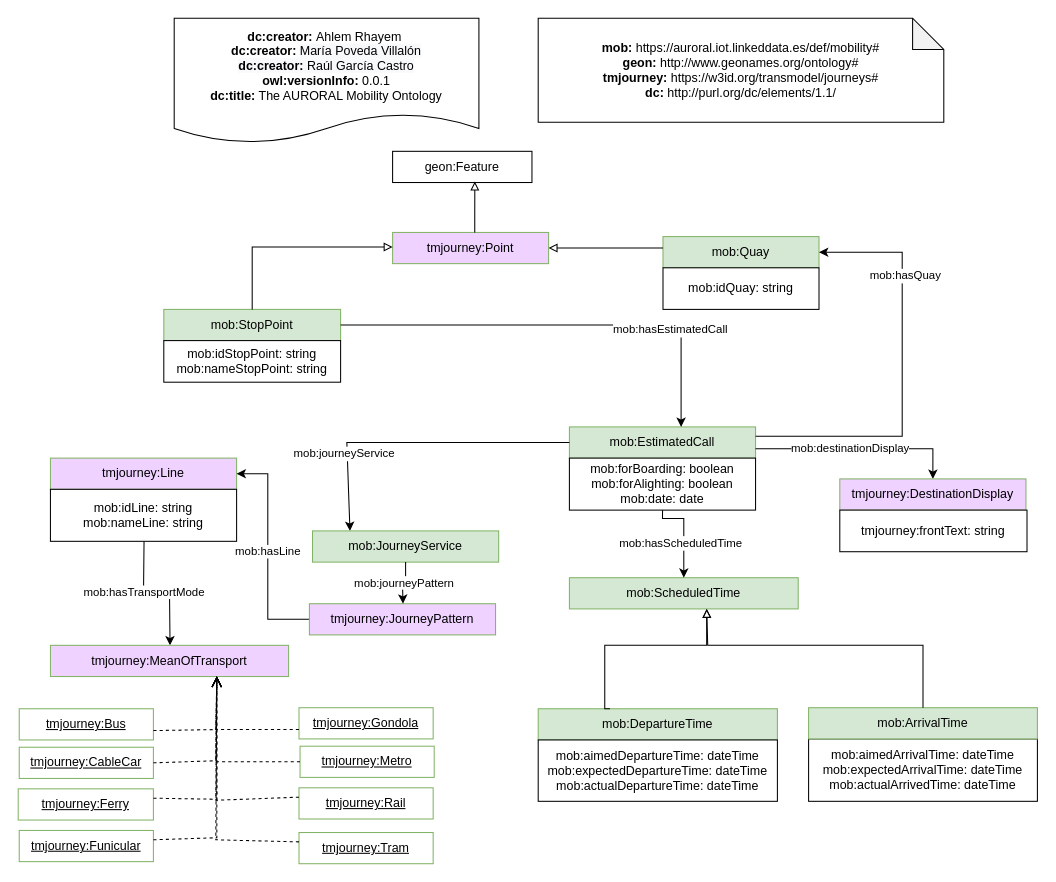
This is Diagram/mobility.drawio from oeg-upm/auroral-mobility-Ontology, a draw.io file, before an edit. Source tidied: cells renumbered, new cells numbered last; positions are measured from the earlier drawing's top-left corner, leaving out a move shared by most shapes. Both pictures are drawn from the tidied source at 104%, with x=0, y=0 at pixel (18, 18).
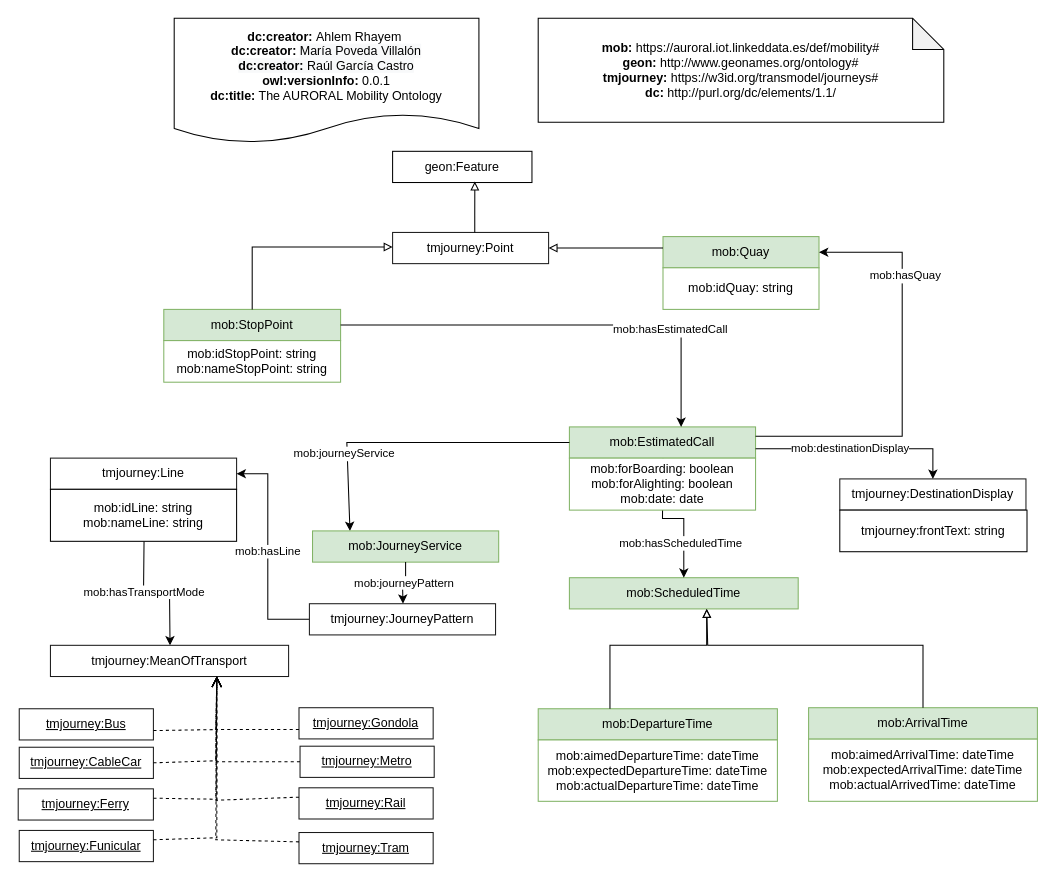
The same diagram, later.

Unchanged cells that the change refers to:
```xml
<mxCell id="6" value="mob:ScheduledTime" style="rounded=0;whiteSpace=wrap;html=1;snapToPoint=1;points=[[0.1,0],[0.2,0],[0.3,0],[0.4,0],[0.5,0],[0.6,0],[0.7,0],[0.8,0],[0.9,0],[0,0.1],[0,0.3],[0,0.5],[0,0.7],[0,0.9],[0.1,1],[0.2,1],[0.3,1],[0.4,1],[0.5,1],[0.6,1],[0.7,1],[0.8,1],[0.9,1],[1,0.1],[1,0.3],[1,0.5],[1,0.7],[1,0.9]];fillColor=#d5e8d4;strokeColor=#82b366;" parent="1" vertex="1">
  <mxGeometry x="530" y="538" width="220" height="30" as="geometry" />
</mxCell>
<mxCell id="37" value="mob:DepartureTime" style="rounded=0;whiteSpace=wrap;html=1;snapToPoint=1;points=[[0.1,0],[0.2,0],[0.3,0],[0.4,0],[0.5,0],[0.6,0],[0.7,0],[0.8,0],[0.9,0],[0,0.1],[0,0.3],[0,0.5],[0,0.7],[0,0.9],[0.1,1],[0.2,1],[0.3,1],[0.4,1],[0.5,1],[0.6,1],[0.7,1],[0.8,1],[0.9,1],[1,0.1],[1,0.3],[1,0.5],[1,0.7],[1,0.9]];fillColor=#d5e8d4;strokeColor=#82b366;" parent="1" vertex="1">
  <mxGeometry x="500" y="664" width="230" height="30" as="geometry" />
</mxCell>
```

The edit, as a diff of the source:
```diff
@@
-    <mxCell id="2" value="mob:EstimatedCall" style="rounded=0;whiteSpace=wrap;html=1;snapToPoint=1;points=[[0.1,0],[0.2,0],[0.3,0],[0.4,0],[0.5,0],[0.6,0],[0.7,0],[0.8,0],[0.9,0],[0,0.1],[0,0.3],[0,0.5],[0,0.7],[0,0.9],[0.1,1],[0.2,1],[0.3,1],[0.4,1],[0.5,1],[0.6,1],[0.7,1],[0.8,1],[0.9,1],[1,0.1],[1,0.3],[1,0.5],[1,0.7],[1,0.9]];fillColor=#d5e8d4;strokeColor=#82b366;" parent="1" vertex="1">
+    <mxCell id="2" value="mob:EstimatedCall" style="rounded=0;whiteSpace=wrap;html=1;snapToPoint=1;points=[[0.1,0],[0.2,0],[0.3,0],[0.4,0],[0.5,0],[0.6,0],[0.7,0],[0.8,0],[0.9,0],[0,0.1],[0,0.3],[0,0.5],[0,0.7],[0,0.9],[0.1,1],[0.2,1],[0.3,1],[0.4,1],[0.5,1],[0.6,1],[0.7,1],[0.8,1],[0.9,1],[1,0.1],[1,0.3],[1,0.5],[1,0.7],[1,0.9]];fillColor=#d5e8d4;strokeColor=#82B366;" parent="1" vertex="1">
       <mxGeometry x="530" y="393" width="179" height="30" as="geometry" />
     </mxCell>
@@
-    <mxCell id="4" value="mob:idStopPoint: string&lt;br&gt;mob:nameStopPoint: string" style="rounded=0;whiteSpace=wrap;html=1;" parent="1" vertex="1">
+    <mxCell id="4" value="mob:idStopPoint: string&lt;br&gt;mob:nameStopPoint: string" style="rounded=0;whiteSpace=wrap;html=1;strokeColor=#82B366;" parent="1" vertex="1">
       <mxGeometry x="140" y="310" width="170" height="40" as="geometry" />
     </mxCell>
@@
-    <mxCell id="7" value="mob:aimedArrivalTime: dateTime&lt;br&gt;mob:expectedArrivalTime: dateTime&lt;br&gt;mob:actualArrivedTime: dateTime" style="rounded=0;whiteSpace=wrap;html=1;" parent="1" vertex="1">
+    <mxCell id="7" value="mob:aimedArrivalTime: dateTime&lt;br&gt;mob:expectedArrivalTime: dateTime&lt;br&gt;mob:actualArrivedTime: dateTime" style="rounded=0;whiteSpace=wrap;html=1;strokeColor=#82B366;" parent="1" vertex="1">
       <mxGeometry x="760" y="693" width="220" height="60" as="geometry" />
     </mxCell>
@@
-    <mxCell id="10" value="tmjourney:Line" style="rounded=0;whiteSpace=wrap;html=1;snapToPoint=1;points=[[0.1,0],[0.2,0],[0.3,0],[0.4,0],[0.5,0],[0.6,0],[0.7,0],[0.8,0],[0.9,0],[0,0.1],[0,0.3],[0,0.5],[0,0.7],[0,0.9],[0.1,1],[0.2,1],[0.3,1],[0.4,1],[0.5,1],[0.6,1],[0.7,1],[0.8,1],[0.9,1],[1,0.1],[1,0.3],[1,0.5],[1,0.7],[1,0.9]];fillColor=#EFD2FF;strokeColor=#82b366;" parent="1" vertex="1">
+    <mxCell id="10" value="tmjourney:Line" style="rounded=0;whiteSpace=wrap;html=1;snapToPoint=1;points=[[0.1,0],[0.2,0],[0.3,0],[0.4,0],[0.5,0],[0.6,0],[0.7,0],[0.8,0],[0.9,0],[0,0.1],[0,0.3],[0,0.5],[0,0.7],[0,0.9],[0.1,1],[0.2,1],[0.3,1],[0.4,1],[0.5,1],[0.6,1],[0.7,1],[0.8,1],[0.9,1],[1,0.1],[1,0.3],[1,0.5],[1,0.7],[1,0.9]];fillColor=#FFFFFF;strokeColor=#1A1A1A;" parent="1" vertex="1">
       <mxGeometry x="31" y="423" width="179" height="30" as="geometry" />
     </mxCell>
@@
-    <mxCell id="15" value="tmjourney:JourneyPattern" style="rounded=0;whiteSpace=wrap;html=1;snapToPoint=1;points=[[0.1,0],[0.2,0],[0.3,0],[0.4,0],[0.5,0],[0.6,0],[0.7,0],[0.8,0],[0.9,0],[0,0.1],[0,0.3],[0,0.5],[0,0.7],[0,0.9],[0.1,1],[0.2,1],[0.3,1],[0.4,1],[0.5,1],[0.6,1],[0.7,1],[0.8,1],[0.9,1],[1,0.1],[1,0.3],[1,0.5],[1,0.7],[1,0.9]];fillColor=#EFD2FF;strokeColor=#82b366;" parent="1" vertex="1">
+    <mxCell id="15" value="tmjourney:JourneyPattern" style="rounded=0;whiteSpace=wrap;html=1;snapToPoint=1;points=[[0.1,0],[0.2,0],[0.3,0],[0.4,0],[0.5,0],[0.6,0],[0.7,0],[0.8,0],[0.9,0],[0,0.1],[0,0.3],[0,0.5],[0,0.7],[0,0.9],[0.1,1],[0.2,1],[0.3,1],[0.4,1],[0.5,1],[0.6,1],[0.7,1],[0.8,1],[0.9,1],[1,0.1],[1,0.3],[1,0.5],[1,0.7],[1,0.9]];fillColor=#FFFFFF;strokeColor=#1A1A1A;" parent="1" vertex="1">
       <mxGeometry x="280" y="563" width="179" height="30" as="geometry" />
     </mxCell>
-    <mxCell id="16" value="mob:forBoarding: boolean&lt;br&gt;mob:forAlighting: boolean&lt;br&gt;mob:date: date" style="rounded=0;whiteSpace=wrap;html=1;" parent="1" vertex="1">
+    <mxCell id="16" value="mob:forBoarding: boolean&lt;br&gt;mob:forAlighting: boolean&lt;br&gt;mob:date: date" style="rounded=0;whiteSpace=wrap;html=1;strokeColor=#82B366;" parent="1" vertex="1">
       <mxGeometry x="530" y="423" width="179" height="50" as="geometry" />
     </mxCell>
@@
-    <mxCell id="19" value="tmjourney:Point" style="rounded=0;whiteSpace=wrap;html=1;fillColor=#EFD2FF;strokeColor=#82b366;" parent="1" vertex="1">
+    <mxCell id="19" value="tmjourney:Point" style="rounded=0;whiteSpace=wrap;html=1;fillColor=#FFFFFF;strokeColor=#1A1A1A;" parent="1" vertex="1">
       <mxGeometry x="360" y="206" width="150" height="30" as="geometry" />
     </mxCell>
@@
-    <mxCell id="31" value="tmjourney:DestinationDisplay" style="rounded=0;whiteSpace=wrap;html=1;snapToPoint=1;points=[[0.1,0],[0.2,0],[0.3,0],[0.4,0],[0.5,0],[0.6,0],[0.7,0],[0.8,0],[0.9,0],[0,0.1],[0,0.3],[0,0.5],[0,0.7],[0,0.9],[0.1,1],[0.2,1],[0.3,1],[0.4,1],[0.5,1],[0.6,1],[0.7,1],[0.8,1],[0.9,1],[1,0.1],[1,0.3],[1,0.5],[1,0.7],[1,0.9]];fillColor=#EFD2FF;strokeColor=#82b366;" parent="1" vertex="1">
+    <mxCell id="31" value="tmjourney:DestinationDisplay" style="rounded=0;whiteSpace=wrap;html=1;snapToPoint=1;points=[[0.1,0],[0.2,0],[0.3,0],[0.4,0],[0.5,0],[0.6,0],[0.7,0],[0.8,0],[0.9,0],[0,0.1],[0,0.3],[0,0.5],[0,0.7],[0,0.9],[0.1,1],[0.2,1],[0.3,1],[0.4,1],[0.5,1],[0.6,1],[0.7,1],[0.8,1],[0.9,1],[1,0.1],[1,0.3],[1,0.5],[1,0.7],[1,0.9]];fillColor=#FFFFFF;strokeColor=#1A1A1A;" parent="1" vertex="1">
       <mxGeometry x="790" y="443" width="179" height="30" as="geometry" />
     </mxCell>
@@
-    <mxCell id="34" value="tmjourney:MeanOfTransport" style="rounded=0;whiteSpace=wrap;html=1;snapToPoint=1;points=[[0.1,0],[0.2,0],[0.3,0],[0.4,0],[0.5,0],[0.6,0],[0.7,0],[0.8,0],[0.9,0],[0,0.1],[0,0.3],[0,0.5],[0,0.7],[0,0.9],[0.1,1],[0.2,1],[0.3,1],[0.4,1],[0.5,1],[0.6,1],[0.7,1],[0.8,1],[0.9,1],[1,0.1],[1,0.3],[1,0.5],[1,0.7],[1,0.9]];fillColor=#EFD2FF;strokeColor=#82b366;" parent="1" vertex="1">
+    <mxCell id="34" value="tmjourney:MeanOfTransport" style="rounded=0;whiteSpace=wrap;html=1;snapToPoint=1;points=[[0.1,0],[0.2,0],[0.3,0],[0.4,0],[0.5,0],[0.6,0],[0.7,0],[0.8,0],[0.9,0],[0,0.1],[0,0.3],[0,0.5],[0,0.7],[0,0.9],[0.1,1],[0.2,1],[0.3,1],[0.4,1],[0.5,1],[0.6,1],[0.7,1],[0.8,1],[0.9,1],[1,0.1],[1,0.3],[1,0.5],[1,0.7],[1,0.9]];fillColor=#FFFFFF;strokeColor=#1A1A1A;" parent="1" vertex="1">
       <mxGeometry x="31" y="603" width="229" height="30" as="geometry" />
     </mxCell>
-    <mxCell id="35" value="mob:idQuay: string" style="rounded=0;whiteSpace=wrap;html=1;" parent="1" vertex="1">
+    <mxCell id="35" value="mob:idQuay: string" style="rounded=0;whiteSpace=wrap;html=1;strokeColor=#82B366;" parent="1" vertex="1">
       <mxGeometry x="620" y="240" width="150" height="40" as="geometry" />
     </mxCell>
@@
     <mxCell id="39" style="edgeStyle=orthogonalEdgeStyle;rounded=0;jettySize=auto;html=1;fontSize=11;endArrow=block;endFill=0;entryX=0.6;entryY=1;entryDx=0;entryDy=0;exitX=0.3;exitY=0;exitDx=0;exitDy=0;" parent="1" edge="1" source="37" target="6">
       <mxGeometry relative="1" as="geometry">
         <Array as="points">
-          <mxPoint x="564" y="664" />
-          <mxPoint x="564" y="603" />
+          <mxPoint x="569" y="603" />
           <mxPoint x="662" y="603" />
         </Array>
       </mxGeometry>
     </mxCell>
-    <mxCell id="40" value="mob:aimedDepartureTime: dateTime&lt;br&gt;mob:expectedDepartureTime: dateTime&lt;br&gt;mob:actualDepartureTime: dateTime" style="rounded=0;whiteSpace=wrap;html=1;" parent="1" vertex="1">
+    <mxCell id="40" value="mob:aimedDepartureTime: dateTime&lt;br&gt;mob:expectedDepartureTime: dateTime&lt;br&gt;mob:actualDepartureTime: dateTime" style="rounded=0;whiteSpace=wrap;html=1;strokeColor=#82B366;" parent="1" vertex="1">
       <mxGeometry x="500" y="694" width="230" height="59" as="geometry" />
     </mxCell>
-    <mxCell id="41" value="&lt;u&gt;tmjourney:Bus&lt;/u&gt;" style="rounded=0;whiteSpace=wrap;html=1;snapToPoint=1;points=[[0.1,0],[0.2,0],[0.3,0],[0.4,0],[0.5,0],[0.6,0],[0.7,0],[0.8,0],[0.9,0],[0,0.1],[0,0.3],[0,0.5],[0,0.7],[0,0.9],[0.1,1],[0.2,1],[0.3,1],[0.4,1],[0.5,1],[0.6,1],[0.7,1],[0.8,1],[0.9,1],[1,0.1],[1,0.3],[1,0.5],[1,0.7],[1,0.9]];fillColor=#FFFFFF;strokeColor=#82b366;" parent="1" vertex="1">
+    <mxCell id="41" value="&lt;u&gt;tmjourney:Bus&lt;/u&gt;" style="rounded=0;whiteSpace=wrap;html=1;snapToPoint=1;points=[[0.1,0],[0.2,0],[0.3,0],[0.4,0],[0.5,0],[0.6,0],[0.7,0],[0.8,0],[0.9,0],[0,0.1],[0,0.3],[0,0.5],[0,0.7],[0,0.9],[0.1,1],[0.2,1],[0.3,1],[0.4,1],[0.5,1],[0.6,1],[0.7,1],[0.8,1],[0.9,1],[1,0.1],[1,0.3],[1,0.5],[1,0.7],[1,0.9]];fillColor=#FFFFFF;strokeColor=#1A1A1A;" parent="1" vertex="1">
       <mxGeometry x="1" y="664" width="129" height="30" as="geometry" />
     </mxCell>
-    <mxCell id="42" value="&lt;u&gt;tmjourney:CableCar&lt;/u&gt;" style="rounded=0;whiteSpace=wrap;html=1;snapToPoint=1;points=[[0.1,0],[0.2,0],[0.3,0],[0.4,0],[0.5,0],[0.6,0],[0.7,0],[0.8,0],[0.9,0],[0,0.1],[0,0.3],[0,0.5],[0,0.7],[0,0.9],[0.1,1],[0.2,1],[0.3,1],[0.4,1],[0.5,1],[0.6,1],[0.7,1],[0.8,1],[0.9,1],[1,0.1],[1,0.3],[1,0.5],[1,0.7],[1,0.9]];fillColor=#FFFFFF;strokeColor=#82b366;" parent="1" vertex="1">
+    <mxCell id="42" value="&lt;u&gt;tmjourney:CableCar&lt;/u&gt;" style="rounded=0;whiteSpace=wrap;html=1;snapToPoint=1;points=[[0.1,0],[0.2,0],[0.3,0],[0.4,0],[0.5,0],[0.6,0],[0.7,0],[0.8,0],[0.9,0],[0,0.1],[0,0.3],[0,0.5],[0,0.7],[0,0.9],[0.1,1],[0.2,1],[0.3,1],[0.4,1],[0.5,1],[0.6,1],[0.7,1],[0.8,1],[0.9,1],[1,0.1],[1,0.3],[1,0.5],[1,0.7],[1,0.9]];fillColor=#FFFFFF;strokeColor=#1A1A1A;" parent="1" vertex="1">
       <mxGeometry x="1" y="701" width="129" height="30" as="geometry" />
     </mxCell>
-    <mxCell id="43" value="&lt;u&gt;tmjourney:Ferry&lt;/u&gt;" style="rounded=0;whiteSpace=wrap;html=1;snapToPoint=1;points=[[0.1,0],[0.2,0],[0.3,0],[0.4,0],[0.5,0],[0.6,0],[0.7,0],[0.8,0],[0.9,0],[0,0.1],[0,0.3],[0,0.5],[0,0.7],[0,0.9],[0.1,1],[0.2,1],[0.3,1],[0.4,1],[0.5,1],[0.6,1],[0.7,1],[0.8,1],[0.9,1],[1,0.1],[1,0.3],[1,0.5],[1,0.7],[1,0.9]];fillColor=#FFFFFF;strokeColor=#82b366;" parent="1" vertex="1">
+    <mxCell id="43" value="&lt;u&gt;tmjourney:Ferry&lt;/u&gt;" style="rounded=0;whiteSpace=wrap;html=1;snapToPoint=1;points=[[0.1,0],[0.2,0],[0.3,0],[0.4,0],[0.5,0],[0.6,0],[0.7,0],[0.8,0],[0.9,0],[0,0.1],[0,0.3],[0,0.5],[0,0.7],[0,0.9],[0.1,1],[0.2,1],[0.3,1],[0.4,1],[0.5,1],[0.6,1],[0.7,1],[0.8,1],[0.9,1],[1,0.1],[1,0.3],[1,0.5],[1,0.7],[1,0.9]];fillColor=#FFFFFF;strokeColor=#1A1A1A;" parent="1" vertex="1">
       <mxGeometry y="741" width="130" height="30" as="geometry" />
     </mxCell>
-    <mxCell id="44" value="&lt;u&gt;tmjourney:Funicular&lt;/u&gt;" style="rounded=0;whiteSpace=wrap;html=1;snapToPoint=1;points=[[0.1,0],[0.2,0],[0.3,0],[0.4,0],[0.5,0],[0.6,0],[0.7,0],[0.8,0],[0.9,0],[0,0.1],[0,0.3],[0,0.5],[0,0.7],[0,0.9],[0.1,1],[0.2,1],[0.3,1],[0.4,1],[0.5,1],[0.6,1],[0.7,1],[0.8,1],[0.9,1],[1,0.1],[1,0.3],[1,0.5],[1,0.7],[1,0.9]];fillColor=#FFFFFF;strokeColor=#82b366;" parent="1" vertex="1">
+    <mxCell id="44" value="&lt;u&gt;tmjourney:Funicular&lt;/u&gt;" style="rounded=0;whiteSpace=wrap;html=1;snapToPoint=1;points=[[0.1,0],[0.2,0],[0.3,0],[0.4,0],[0.5,0],[0.6,0],[0.7,0],[0.8,0],[0.9,0],[0,0.1],[0,0.3],[0,0.5],[0,0.7],[0,0.9],[0.1,1],[0.2,1],[0.3,1],[0.4,1],[0.5,1],[0.6,1],[0.7,1],[0.8,1],[0.9,1],[1,0.1],[1,0.3],[1,0.5],[1,0.7],[1,0.9]];fillColor=#FFFFFF;strokeColor=#1A1A1A;" parent="1" vertex="1">
       <mxGeometry x="1" y="781" width="129" height="30" as="geometry" />
     </mxCell>
-    <mxCell id="45" value="&lt;u&gt;tmjourney:Gondola&lt;/u&gt;" style="rounded=0;whiteSpace=wrap;html=1;snapToPoint=1;points=[[0.1,0],[0.2,0],[0.3,0],[0.4,0],[0.5,0],[0.6,0],[0.7,0],[0.8,0],[0.9,0],[0,0.1],[0,0.3],[0,0.5],[0,0.7],[0,0.9],[0.1,1],[0.2,1],[0.3,1],[0.4,1],[0.5,1],[0.6,1],[0.7,1],[0.8,1],[0.9,1],[1,0.1],[1,0.3],[1,0.5],[1,0.7],[1,0.9]];fillColor=#FFFFFF;strokeColor=#82b366;" parent="1" vertex="1">
+    <mxCell id="45" value="&lt;u&gt;tmjourney:Gondola&lt;/u&gt;" style="rounded=0;whiteSpace=wrap;html=1;snapToPoint=1;points=[[0.1,0],[0.2,0],[0.3,0],[0.4,0],[0.5,0],[0.6,0],[0.7,0],[0.8,0],[0.9,0],[0,0.1],[0,0.3],[0,0.5],[0,0.7],[0,0.9],[0.1,1],[0.2,1],[0.3,1],[0.4,1],[0.5,1],[0.6,1],[0.7,1],[0.8,1],[0.9,1],[1,0.1],[1,0.3],[1,0.5],[1,0.7],[1,0.9]];fillColor=#FFFFFF;strokeColor=#1A1A1A;" parent="1" vertex="1">
       <mxGeometry x="270" y="663" width="129" height="30" as="geometry" />
     </mxCell>
-    <mxCell id="46" value="&lt;u&gt;tmjourney:Metro&lt;/u&gt;" style="rounded=0;whiteSpace=wrap;html=1;snapToPoint=1;points=[[0.1,0],[0.2,0],[0.3,0],[0.4,0],[0.5,0],[0.6,0],[0.7,0],[0.8,0],[0.9,0],[0,0.1],[0,0.3],[0,0.5],[0,0.7],[0,0.9],[0.1,1],[0.2,1],[0.3,1],[0.4,1],[0.5,1],[0.6,1],[0.7,1],[0.8,1],[0.9,1],[1,0.1],[1,0.3],[1,0.5],[1,0.7],[1,0.9]];fillColor=#FFFFFF;strokeColor=#82b366;" parent="1" vertex="1">
+    <mxCell id="46" value="&lt;u&gt;tmjourney:Metro&lt;/u&gt;" style="rounded=0;whiteSpace=wrap;html=1;snapToPoint=1;points=[[0.1,0],[0.2,0],[0.3,0],[0.4,0],[0.5,0],[0.6,0],[0.7,0],[0.8,0],[0.9,0],[0,0.1],[0,0.3],[0,0.5],[0,0.7],[0,0.9],[0.1,1],[0.2,1],[0.3,1],[0.4,1],[0.5,1],[0.6,1],[0.7,1],[0.8,1],[0.9,1],[1,0.1],[1,0.3],[1,0.5],[1,0.7],[1,0.9]];fillColor=#FFFFFF;strokeColor=#1A1A1A;" parent="1" vertex="1">
       <mxGeometry x="271" y="700" width="129" height="30" as="geometry" />
     </mxCell>
-    <mxCell id="47" value="&lt;u&gt;tmjourney:Rail&lt;/u&gt;" style="rounded=0;whiteSpace=wrap;html=1;snapToPoint=1;points=[[0.1,0],[0.2,0],[0.3,0],[0.4,0],[0.5,0],[0.6,0],[0.7,0],[0.8,0],[0.9,0],[0,0.1],[0,0.3],[0,0.5],[0,0.7],[0,0.9],[0.1,1],[0.2,1],[0.3,1],[0.4,1],[0.5,1],[0.6,1],[0.7,1],[0.8,1],[0.9,1],[1,0.1],[1,0.3],[1,0.5],[1,0.7],[1,0.9]];fillColor=#FFFFFF;strokeColor=#82b366;" parent="1" vertex="1">
+    <mxCell id="47" value="&lt;u&gt;tmjourney:Rail&lt;/u&gt;" style="rounded=0;whiteSpace=wrap;html=1;snapToPoint=1;points=[[0.1,0],[0.2,0],[0.3,0],[0.4,0],[0.5,0],[0.6,0],[0.7,0],[0.8,0],[0.9,0],[0,0.1],[0,0.3],[0,0.5],[0,0.7],[0,0.9],[0.1,1],[0.2,1],[0.3,1],[0.4,1],[0.5,1],[0.6,1],[0.7,1],[0.8,1],[0.9,1],[1,0.1],[1,0.3],[1,0.5],[1,0.7],[1,0.9]];fillColor=#FFFFFF;strokeColor=#1A1A1A;" parent="1" vertex="1">
       <mxGeometry x="270" y="740" width="129" height="30" as="geometry" />
     </mxCell>
-    <mxCell id="48" value="&lt;u&gt;tmjourney:Tram&lt;/u&gt;" style="rounded=0;whiteSpace=wrap;html=1;snapToPoint=1;points=[[0.1,0],[0.2,0],[0.3,0],[0.4,0],[0.5,0],[0.6,0],[0.7,0],[0.8,0],[0.9,0],[0,0.1],[0,0.3],[0,0.5],[0,0.7],[0,0.9],[0.1,1],[0.2,1],[0.3,1],[0.4,1],[0.5,1],[0.6,1],[0.7,1],[0.8,1],[0.9,1],[1,0.1],[1,0.3],[1,0.5],[1,0.7],[1,0.9]];fillColor=#FFFFFF;strokeColor=#82b366;" parent="1" vertex="1">
+    <mxCell id="48" value="&lt;u&gt;tmjourney:Tram&lt;/u&gt;" style="rounded=0;whiteSpace=wrap;html=1;snapToPoint=1;points=[[0.1,0],[0.2,0],[0.3,0],[0.4,0],[0.5,0],[0.6,0],[0.7,0],[0.8,0],[0.9,0],[0,0.1],[0,0.3],[0,0.5],[0,0.7],[0,0.9],[0.1,1],[0.2,1],[0.3,1],[0.4,1],[0.5,1],[0.6,1],[0.7,1],[0.8,1],[0.9,1],[1,0.1],[1,0.3],[1,0.5],[1,0.7],[1,0.9]];fillColor=#FFFFFF;strokeColor=#1A1A1A;" parent="1" vertex="1">
       <mxGeometry x="270" y="783" width="129" height="30" as="geometry" />
     </mxCell>
```
